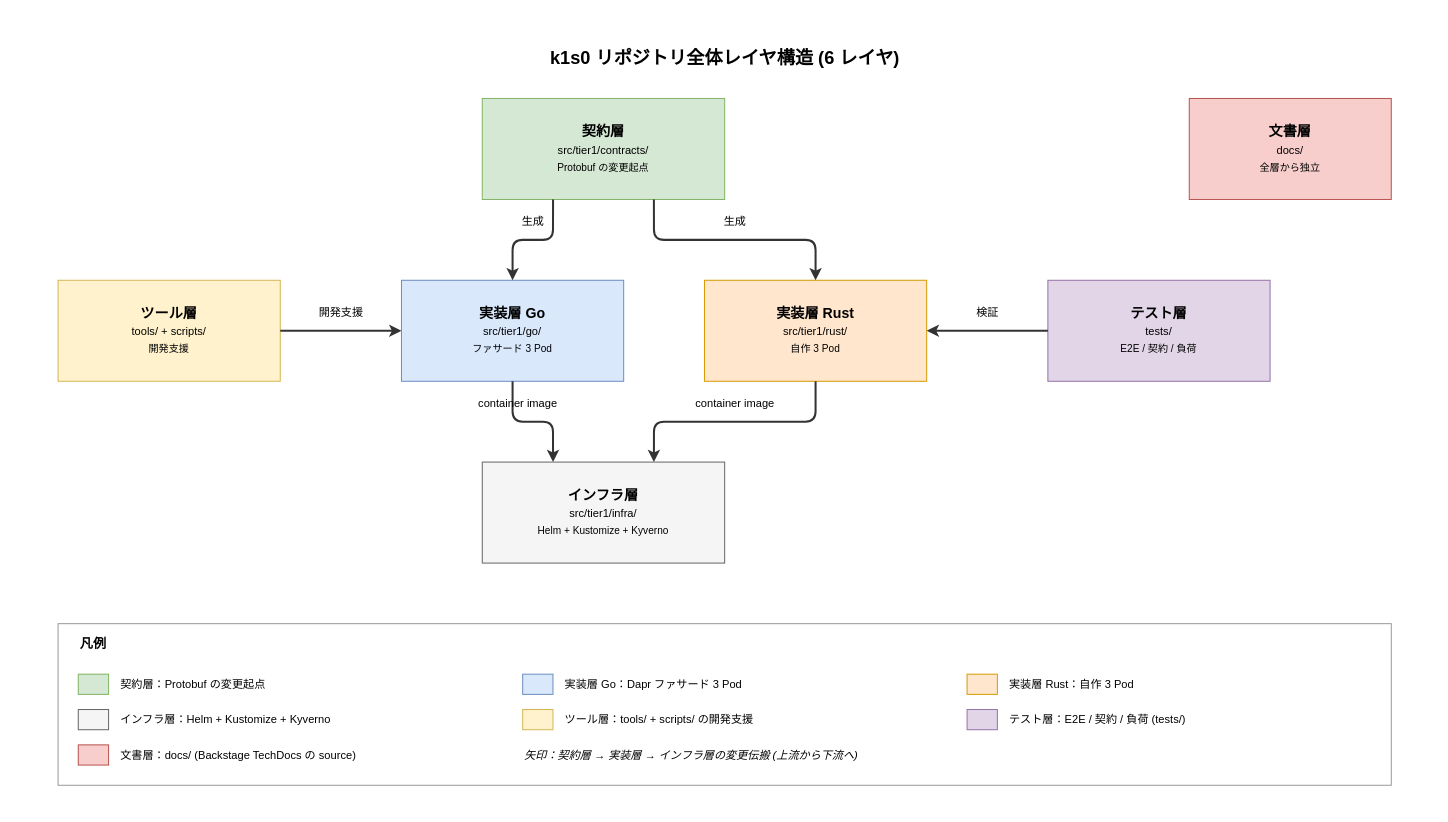
The draw.io diagram docs/05_実装/00_ディレクトリ設計/img/01_リポジトリ全体レイヤ構造.drawio in RyuheiKiso/k1s0, before the edit. Source tidied: cells renumbered, new cells numbered last; positions are measured from the earlier drawing's top-left corner, leaving out a move shared by most shapes. Both pictures are drawn from the tidied source at 101%, with x=0, y=0 at pixel (17, 17).
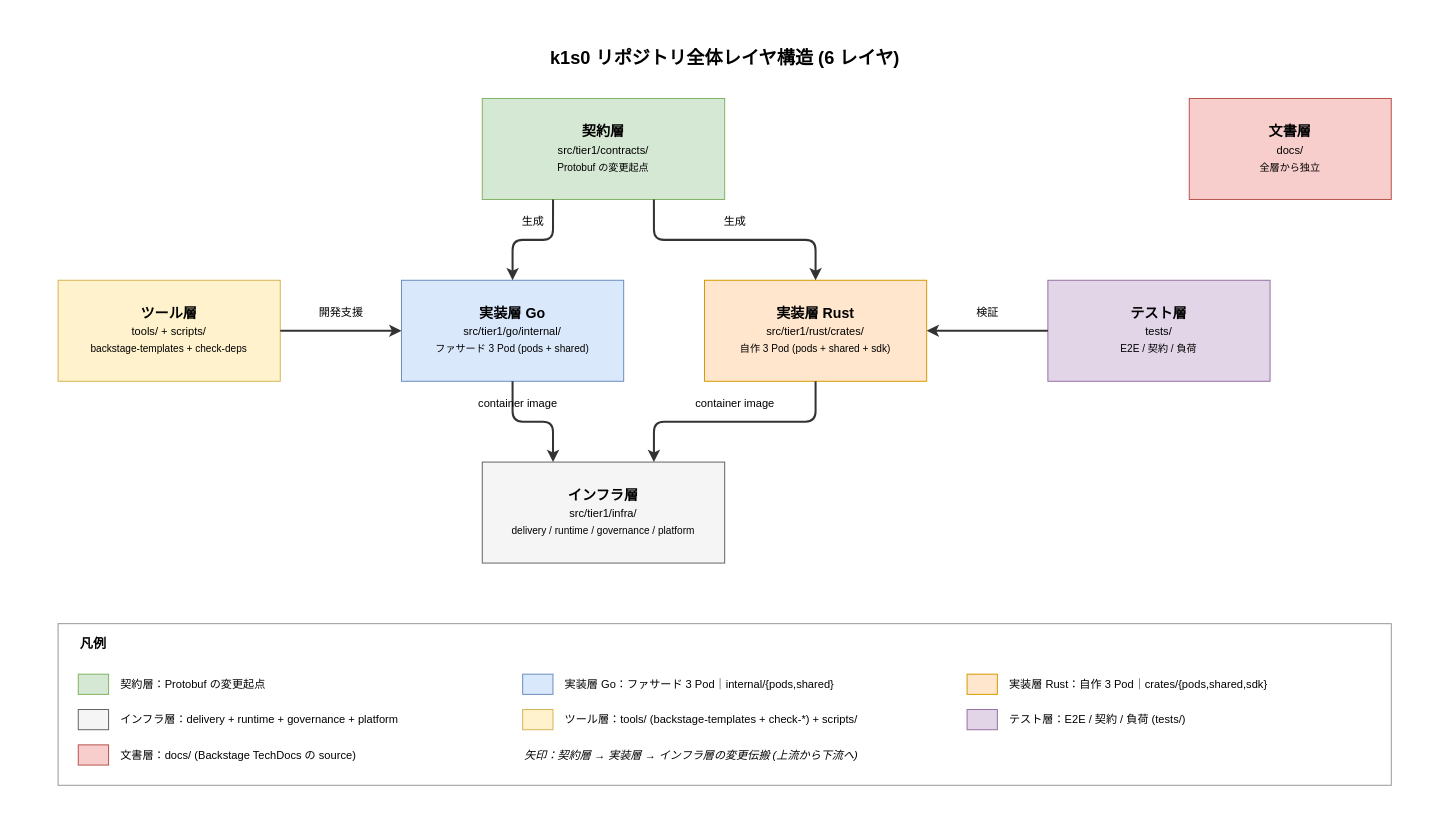
Above is the later version.

The edit, as a diff of the source:
```diff
@@
-    <mxCell id="6" value="ツール層&lt;br&gt;&lt;span style=&quot;font-size:11px;font-weight:normal&quot;&gt;tools/ + scripts/&lt;/span&gt;&lt;br&gt;&lt;span style=&quot;font-size:10px;font-weight:normal&quot;&gt;開発支援&lt;/span&gt;" style="rounded=0;whiteSpace=wrap;html=1;fillColor=#fff2cc;strokeColor=#d6b656;fontSize=14;fontStyle=1;verticalAlign=middle;" parent="1" vertex="1">
+    <mxCell id="6" value="ツール層&lt;br&gt;&lt;span style=&quot;font-size:11px;font-weight:normal&quot;&gt;tools/ + scripts/&lt;/span&gt;&lt;br&gt;&lt;span style=&quot;font-size:10px;font-weight:normal&quot;&gt;backstage-templates + check-deps&lt;/span&gt;" style="rounded=0;whiteSpace=wrap;html=1;fillColor=#fff2cc;strokeColor=#d6b656;fontSize=14;fontStyle=1;verticalAlign=middle;" parent="1" vertex="1">
       <mxGeometry x="40" y="260" width="220" height="100" as="geometry" />
     </mxCell>
-    <mxCell id="7" value="実装層 Go&lt;br&gt;&lt;span style=&quot;font-size:11px;font-weight:normal&quot;&gt;src/tier1/go/&lt;/span&gt;&lt;br&gt;&lt;span style=&quot;font-size:10px;font-weight:normal&quot;&gt;ファサード 3 Pod&lt;/span&gt;" style="rounded=0;whiteSpace=wrap;html=1;fillColor=#dae8fc;strokeColor=#6c8ebf;fontSize=14;fontStyle=1;verticalAlign=middle;" parent="1" vertex="1">
+    <mxCell id="7" value="実装層 Go&lt;br&gt;&lt;span style=&quot;font-size:11px;font-weight:normal&quot;&gt;src/tier1/go/internal/&lt;/span&gt;&lt;br&gt;&lt;span style=&quot;font-size:10px;font-weight:normal&quot;&gt;ファサード 3 Pod (pods + shared)&lt;/span&gt;" style="rounded=0;whiteSpace=wrap;html=1;fillColor=#dae8fc;strokeColor=#6c8ebf;fontSize=14;fontStyle=1;verticalAlign=middle;" parent="1" vertex="1">
       <mxGeometry x="380" y="260" width="220" height="100" as="geometry" />
     </mxCell>
-    <mxCell id="8" value="実装層 Rust&lt;br&gt;&lt;span style=&quot;font-size:11px;font-weight:normal&quot;&gt;src/tier1/rust/&lt;/span&gt;&lt;br&gt;&lt;span style=&quot;font-size:10px;font-weight:normal&quot;&gt;自作 3 Pod&lt;/span&gt;" style="rounded=0;whiteSpace=wrap;html=1;fillColor=#ffe6cc;strokeColor=#d79b00;fontSize=14;fontStyle=1;verticalAlign=middle;" parent="1" vertex="1">
+    <mxCell id="8" value="実装層 Rust&lt;br&gt;&lt;span style=&quot;font-size:11px;font-weight:normal&quot;&gt;src/tier1/rust/crates/&lt;/span&gt;&lt;br&gt;&lt;span style=&quot;font-size:10px;font-weight:normal&quot;&gt;自作 3 Pod (pods + shared + sdk)&lt;/span&gt;" style="rounded=0;whiteSpace=wrap;html=1;fillColor=#ffe6cc;strokeColor=#d79b00;fontSize=14;fontStyle=1;verticalAlign=middle;" parent="1" vertex="1">
       <mxGeometry x="680" y="260" width="220" height="100" as="geometry" />
     </mxCell>
@@
-    <mxCell id="10" value="インフラ層&lt;br&gt;&lt;span style=&quot;font-size:11px;font-weight:normal&quot;&gt;src/tier1/infra/&lt;/span&gt;&lt;br&gt;&lt;span style=&quot;font-size:10px;font-weight:normal&quot;&gt;Helm + Kustomize + Kyverno&lt;/span&gt;" style="rounded=0;whiteSpace=wrap;html=1;fillColor=#f5f5f5;strokeColor=#666666;fontSize=14;fontStyle=1;verticalAlign=middle;" parent="1" vertex="1">
+    <mxCell id="10" value="インフラ層&lt;br&gt;&lt;span style=&quot;font-size:11px;font-weight:normal&quot;&gt;src/tier1/infra/&lt;/span&gt;&lt;br&gt;&lt;span style=&quot;font-size:10px;font-weight:normal&quot;&gt;delivery / runtime / governance / platform&lt;/span&gt;" style="rounded=0;whiteSpace=wrap;html=1;fillColor=#f5f5f5;strokeColor=#666666;fontSize=14;fontStyle=1;verticalAlign=middle;" parent="1" vertex="1">
       <mxGeometry x="460" y="440" width="240" height="100" as="geometry" />
     </mxCell>
@@
-    <mxCell id="28" value="実装層 Go：Dapr ファサード 3 Pod" style="text;html=1;align=left;verticalAlign=middle;fontSize=11;fillColor=none;strokeColor=none;" parent="1" vertex="1">
+    <mxCell id="28" value="実装層 Go：ファサード 3 Pod｜internal/{pods,shared}" style="text;html=1;align=left;verticalAlign=middle;fontSize=11;fillColor=none;strokeColor=none;" parent="1" vertex="1">
       <mxGeometry x="540" y="650" width="360" height="20" as="geometry" />
     </mxCell>
@@
-    <mxCell id="30" value="実装層 Rust：自作 3 Pod" style="text;html=1;align=left;verticalAlign=middle;fontSize=11;fillColor=none;strokeColor=none;" parent="1" vertex="1">
+    <mxCell id="30" value="実装層 Rust：自作 3 Pod｜crates/{pods,shared,sdk}" style="text;html=1;align=left;verticalAlign=middle;fontSize=11;fillColor=none;strokeColor=none;" parent="1" vertex="1">
       <mxGeometry x="980" y="650" width="360" height="20" as="geometry" />
     </mxCell>
@@
-    <mxCell id="32" value="インフラ層：Helm + Kustomize + Kyverno" style="text;html=1;align=left;verticalAlign=middle;fontSize=11;fillColor=none;strokeColor=none;" parent="1" vertex="1">
+    <mxCell id="32" value="インフラ層：delivery + runtime + governance + platform" style="text;html=1;align=left;verticalAlign=middle;fontSize=11;fillColor=none;strokeColor=none;" parent="1" vertex="1">
       <mxGeometry x="100" y="685" width="360" height="20" as="geometry" />
     </mxCell>
@@
-    <mxCell id="34" value="ツール層：tools/ + scripts/ の開発支援" style="text;html=1;align=left;verticalAlign=middle;fontSize=11;fillColor=none;strokeColor=none;" parent="1" vertex="1">
+    <mxCell id="34" value="ツール層：tools/ (backstage-templates + check-*) + scripts/" style="text;html=1;align=left;verticalAlign=middle;fontSize=11;fillColor=none;strokeColor=none;" parent="1" vertex="1">
       <mxGeometry x="540" y="685" width="360" height="20" as="geometry" />
     </mxCell>
```
